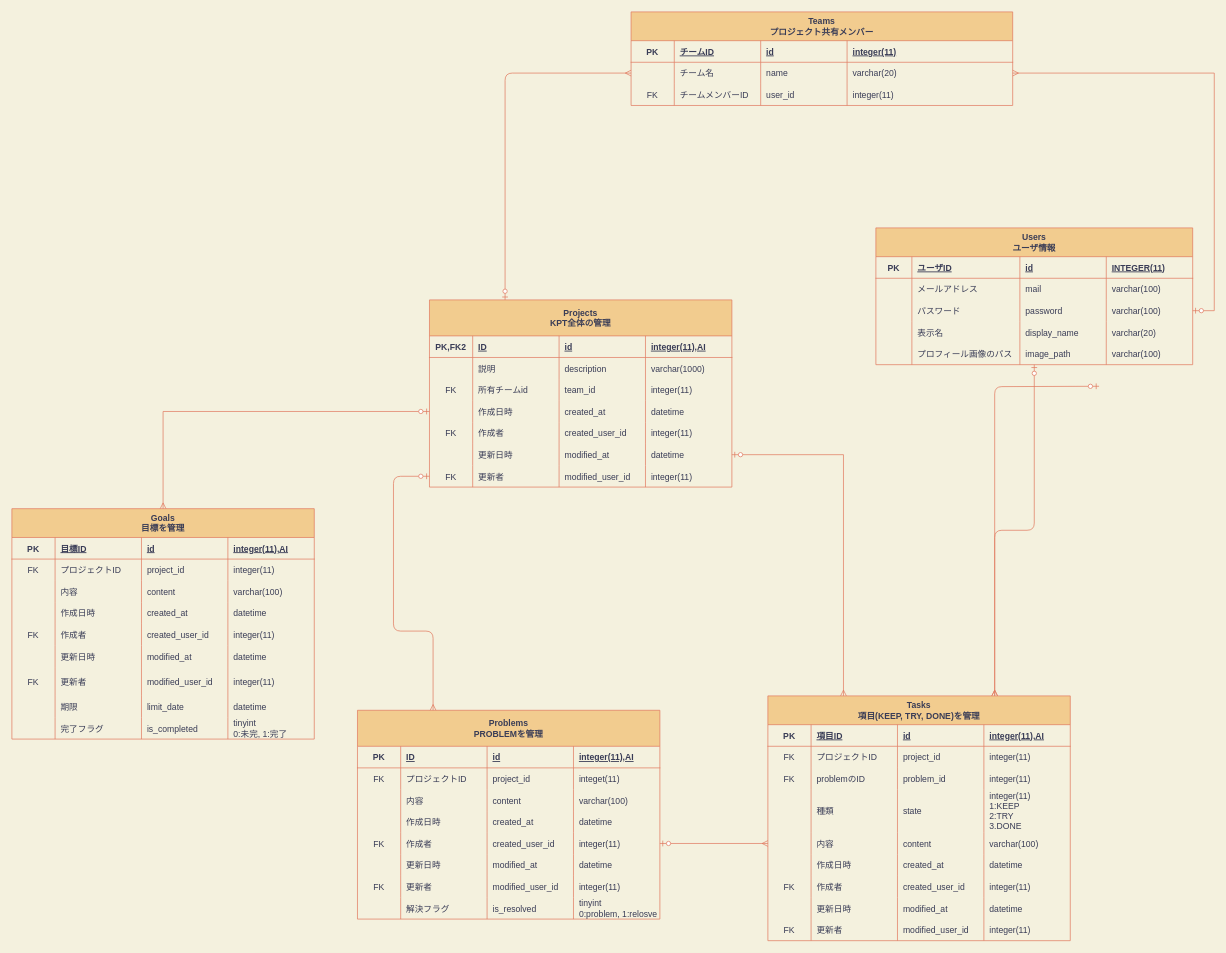
Before: database_er_diagram.drawio in nanas773/kpt-design, a draw.io diagram. Source tidied: cells renumbered, new cells numbered last; positions are measured from the earlier drawing's top-left corner, leaving out a move shared by most shapes. Both pictures are drawn from the tidied source at 72%, with x=0, y=0 at pixel (12, 12).
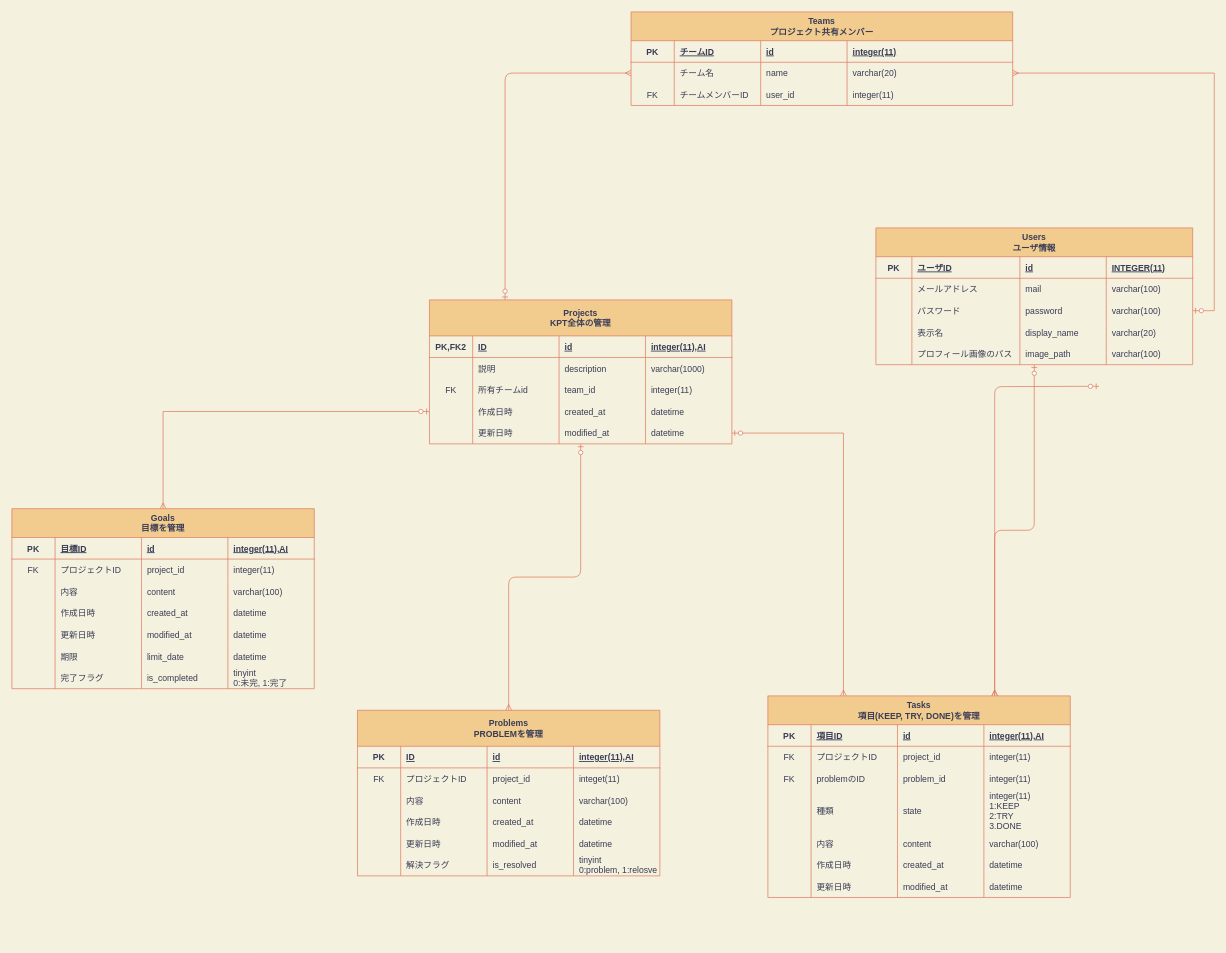
The same diagram, later.

Commit message:
Fix: 作成者と更新者カラムを削除

Unchanged cells that the change refers to:
```xml
<mxCell id="70" style="shape=partialRectangle;fillColor=none;top=0;left=0;bottom=0;right=0;points=[[0,0.5],[1,0.5]];portConstraint=eastwest;strokeColor=#E07A5F;fontColor=#393C56;" parent="49" vertex="1">
  <mxGeometry y="190" width="420" height="30" as="geometry" />
</mxCell>
```

Diff of the diagram source:
```diff
@@
     <mxCell id="49" value="Tasks&#10;項目(KEEP, TRY, DONE)を管理" style="shape=table;startSize=40;childLayout=tableLayout;rowLines=0;fontStyle=1;align=center;fillColor=#F2CC8F;strokeColor=#E07A5F;fontColor=#393C56;" parent="1" vertex="1">
-      <mxGeometry x="1050" y="950" width="420" height="340" as="geometry" />
+      <mxGeometry x="1050" y="950" width="420" height="280" as="geometry" />
     </mxCell>
@@
-    <mxCell id="80" style="shape=partialRectangle;fillColor=none;top=0;left=0;bottom=0;right=0;strokeColor=#E07A5F;fontColor=#393C56;" parent="49" vertex="1">
-      <mxGeometry y="250" width="420" height="30" as="geometry" />
-    </mxCell>
-    <mxCell id="81" value="FK" style="shape=partialRectangle;fillColor=none;top=0;left=0;bottom=0;right=0;overflow=hidden;strokeColor=#E07A5F;fontColor=#393C56;" parent="80" vertex="1">
-      <mxGeometry width="60" height="30" as="geometry" />
-    </mxCell>
-    <mxCell id="82" value="作成者" style="shape=partialRectangle;fillColor=none;top=0;left=0;bottom=0;right=0;align=left;spacingLeft=6;overflow=hidden;strokeColor=#E07A5F;fontColor=#393C56;" parent="80" vertex="1">
-      <mxGeometry x="60" width="120" height="30" as="geometry" />
-    </mxCell>
-    <mxCell id="83" value="created_user_id" style="shape=partialRectangle;fillColor=none;top=0;left=0;bottom=0;right=0;align=left;spacingLeft=6;overflow=hidden;strokeColor=#E07A5F;fontColor=#393C56;" parent="80" vertex="1">
-      <mxGeometry x="180" width="120" height="30" as="geometry" />
-    </mxCell>
-    <mxCell id="84" value="integer(11)" style="shape=partialRectangle;fillColor=none;top=0;left=0;bottom=0;right=0;align=left;spacingLeft=6;overflow=hidden;strokeColor=#E07A5F;fontColor=#393C56;" parent="80" vertex="1">
-      <mxGeometry x="300" width="120" height="30" as="geometry" />
-    </mxCell>
     <mxCell id="85" style="shape=partialRectangle;fillColor=none;top=0;left=0;bottom=0;right=0;strokeColor=#E07A5F;fontColor=#393C56;" parent="49" vertex="1">
-      <mxGeometry y="280" width="420" height="30" as="geometry" />
+      <mxGeometry y="250" width="420" height="30" as="geometry" />
     </mxCell>
@@
-    <mxCell id="90" style="shape=partialRectangle;fillColor=none;top=0;left=0;bottom=0;right=0;strokeColor=#E07A5F;fontColor=#393C56;" parent="49" vertex="1">
-      <mxGeometry y="310" width="420" height="30" as="geometry" />
-    </mxCell>
-    <mxCell id="91" value="FK" style="shape=partialRectangle;fillColor=none;top=0;left=0;bottom=0;right=0;overflow=hidden;strokeColor=#E07A5F;fontColor=#393C56;" parent="90" vertex="1">
-      <mxGeometry width="60" height="30" as="geometry" />
-    </mxCell>
-    <mxCell id="92" value="更新者" style="shape=partialRectangle;fillColor=none;top=0;left=0;bottom=0;right=0;align=left;spacingLeft=6;overflow=hidden;strokeColor=#E07A5F;fontColor=#393C56;" parent="90" vertex="1">
-      <mxGeometry x="60" width="120" height="30" as="geometry" />
-    </mxCell>
-    <mxCell id="93" value="modified_user_id" style="shape=partialRectangle;fillColor=none;top=0;left=0;bottom=0;right=0;align=left;spacingLeft=6;overflow=hidden;strokeColor=#E07A5F;fontColor=#393C56;" parent="90" vertex="1">
-      <mxGeometry x="180" width="120" height="30" as="geometry" />
-    </mxCell>
-    <mxCell id="94" value="integer(11)" style="shape=partialRectangle;fillColor=none;top=0;left=0;bottom=0;right=0;align=left;spacingLeft=6;overflow=hidden;strokeColor=#E07A5F;fontColor=#393C56;" parent="90" vertex="1">
-      <mxGeometry x="300" width="120" height="30" as="geometry" />
-    </mxCell>
     <mxCell id="95" value="Problems&#10;PROBLEMを管理" style="shape=table;startSize=50;childLayout=tableLayout;rowLines=0;fontStyle=1;align=center;fillColor=#F2CC8F;strokeColor=#E07A5F;fontColor=#393C56;" parent="1" vertex="1">
-      <mxGeometry x="480" y="970" width="420" height="290" as="geometry" />
+      <mxGeometry x="480" y="970" width="420" height="230" as="geometry" />
     </mxCell>
@@
-    <mxCell id="116" style="shape=partialRectangle;fillColor=none;top=0;left=0;bottom=0;right=0;points=[[0,0.5],[1,0.5]];portConstraint=eastwest;strokeColor=#E07A5F;fontColor=#393C56;" parent="95" vertex="1">
-      <mxGeometry y="170" width="420" height="30" as="geometry" />
-    </mxCell>
-    <mxCell id="117" value="FK" style="shape=partialRectangle;fillColor=none;top=0;left=0;bottom=0;right=0;overflow=hidden;strokeColor=#E07A5F;fontColor=#393C56;" parent="116" vertex="1">
-      <mxGeometry width="60" height="30" as="geometry" />
-    </mxCell>
-    <mxCell id="118" value="作成者" style="shape=partialRectangle;fillColor=none;top=0;left=0;bottom=0;right=0;align=left;spacingLeft=6;overflow=hidden;strokeColor=#E07A5F;fontColor=#393C56;" parent="116" vertex="1">
-      <mxGeometry x="60" width="120" height="30" as="geometry" />
-    </mxCell>
-    <mxCell id="119" value="created_user_id" style="shape=partialRectangle;fillColor=none;top=0;left=0;bottom=0;right=0;align=left;spacingLeft=6;overflow=hidden;strokeColor=#E07A5F;fontColor=#393C56;" parent="116" vertex="1">
-      <mxGeometry x="180" width="120" height="30" as="geometry" />
-    </mxCell>
-    <mxCell id="120" value="integer(11)" style="shape=partialRectangle;fillColor=none;top=0;left=0;bottom=0;right=0;align=left;spacingLeft=6;overflow=hidden;strokeColor=#E07A5F;fontColor=#393C56;" parent="116" vertex="1">
-      <mxGeometry x="300" width="120" height="30" as="geometry" />
-    </mxCell>
     <mxCell id="121" style="shape=partialRectangle;fillColor=none;top=0;left=0;bottom=0;right=0;strokeColor=#E07A5F;fontColor=#393C56;" parent="95" vertex="1">
-      <mxGeometry y="200" width="420" height="30" as="geometry" />
+      <mxGeometry y="170" width="420" height="30" as="geometry" />
     </mxCell>
@@
-    <mxCell id="126" style="shape=partialRectangle;fillColor=none;top=0;left=0;bottom=0;right=0;strokeColor=#E07A5F;fontColor=#393C56;" parent="95" vertex="1">
-      <mxGeometry y="230" width="420" height="30" as="geometry" />
-    </mxCell>
-    <mxCell id="127" value="FK" style="shape=partialRectangle;fillColor=none;top=0;left=0;bottom=0;right=0;overflow=hidden;strokeColor=#E07A5F;fontColor=#393C56;" parent="126" vertex="1">
-      <mxGeometry width="60" height="30" as="geometry" />
-    </mxCell>
-    <mxCell id="128" value="更新者" style="shape=partialRectangle;fillColor=none;top=0;left=0;bottom=0;right=0;align=left;spacingLeft=6;overflow=hidden;strokeColor=#E07A5F;fontColor=#393C56;" parent="126" vertex="1">
-      <mxGeometry x="60" width="120" height="30" as="geometry" />
-    </mxCell>
-    <mxCell id="129" value="modified_user_id" style="shape=partialRectangle;fillColor=none;top=0;left=0;bottom=0;right=0;align=left;spacingLeft=6;overflow=hidden;strokeColor=#E07A5F;fontColor=#393C56;" parent="126" vertex="1">
-      <mxGeometry x="180" width="120" height="30" as="geometry" />
-    </mxCell>
-    <mxCell id="130" value="integer(11)" style="shape=partialRectangle;fillColor=none;top=0;left=0;bottom=0;right=0;align=left;spacingLeft=6;overflow=hidden;strokeColor=#E07A5F;fontColor=#393C56;" parent="126" vertex="1">
-      <mxGeometry x="300" width="120" height="30" as="geometry" />
-    </mxCell>
     <mxCell id="131" style="shape=partialRectangle;fillColor=none;top=0;left=0;bottom=0;right=0;strokeColor=#E07A5F;fontColor=#393C56;" parent="95" vertex="1">
-      <mxGeometry y="260" width="420" height="30" as="geometry" />
+      <mxGeometry y="200" width="420" height="30" as="geometry" />
     </mxCell>
@@
+    <mxCell id="226" style="edgeStyle=orthogonalEdgeStyle;curved=0;rounded=1;sketch=0;jettySize=auto;html=1;entryX=0.5;entryY=0;entryDx=0;entryDy=0;startArrow=ERzeroToOne;startFill=1;endArrow=ERmany;endFill=0;strokeColor=#E07A5F;fillColor=#F2CC8F;fontColor=#393C56;" parent="1" edge="1" source="136" target="95">
+      <mxGeometry relative="1" as="geometry" />
+    </mxCell>
     <mxCell id="136" value="Projects&#10;KPT全体の管理" style="shape=table;startSize=50;childLayout=tableLayout;rowLines=0;fontStyle=1;align=center;fillColor=#F2CC8F;strokeColor=#E07A5F;fontColor=#393C56;" parent="1" vertex="1">
-      <mxGeometry x="580" y="400" width="420" height="260" as="geometry" />
+      <mxGeometry x="580" y="400" width="420" height="200" as="geometry" />
     </mxCell>
@@
-    <mxCell id="157" style="shape=partialRectangle;fillColor=none;top=0;left=0;bottom=0;right=0;strokeColor=#E07A5F;fontColor=#393C56;" parent="136" vertex="1">
-      <mxGeometry y="170" width="420" height="30" as="geometry" />
-    </mxCell>
-    <mxCell id="158" value="FK" style="shape=partialRectangle;fillColor=none;top=0;left=0;bottom=0;right=0;overflow=hidden;strokeColor=#E07A5F;fontColor=#393C56;" parent="157" vertex="1">
-      <mxGeometry width="60" height="30" as="geometry" />
-    </mxCell>
-    <mxCell id="159" value="作成者" style="shape=partialRectangle;fillColor=none;top=0;left=0;bottom=0;right=0;align=left;spacingLeft=6;overflow=hidden;strokeColor=#E07A5F;fontColor=#393C56;" parent="157" vertex="1">
-      <mxGeometry x="60" width="120" height="30" as="geometry" />
-    </mxCell>
-    <mxCell id="160" value="created_user_id" style="shape=partialRectangle;fillColor=none;top=0;left=0;bottom=0;right=0;align=left;spacingLeft=6;overflow=hidden;strokeColor=#E07A5F;fontColor=#393C56;" parent="157" vertex="1">
-      <mxGeometry x="180" width="120" height="30" as="geometry" />
-    </mxCell>
-    <mxCell id="161" value="integer(11)" style="shape=partialRectangle;fillColor=none;top=0;left=0;bottom=0;right=0;align=left;spacingLeft=6;overflow=hidden;strokeColor=#E07A5F;fontColor=#393C56;" parent="157" vertex="1">
-      <mxGeometry x="300" width="120" height="30" as="geometry" />
-    </mxCell>
     <mxCell id="162" style="shape=partialRectangle;fillColor=none;top=0;left=0;bottom=0;right=0;points=[[0,0.5],[1,0.5]];portConstraint=eastwest;strokeColor=#E07A5F;fontColor=#393C56;" parent="136" vertex="1">
-      <mxGeometry y="200" width="420" height="30" as="geometry" />
+      <mxGeometry y="170" width="420" height="30" as="geometry" />
     </mxCell>
@@
-    <mxCell id="167" style="shape=partialRectangle;fillColor=none;top=0;left=0;bottom=0;right=0;points=[[0,0.5],[1,0.5]];portConstraint=eastwest;strokeColor=#E07A5F;fontColor=#393C56;" parent="136" vertex="1">
-      <mxGeometry y="230" width="420" height="30" as="geometry" />
-    </mxCell>
-    <mxCell id="168" value="FK" style="shape=partialRectangle;fillColor=none;top=0;left=0;bottom=0;right=0;overflow=hidden;strokeColor=#E07A5F;fontColor=#393C56;" parent="167" vertex="1">
-      <mxGeometry width="60" height="30" as="geometry" />
-    </mxCell>
-    <mxCell id="169" value="更新者" style="shape=partialRectangle;fillColor=none;top=0;left=0;bottom=0;right=0;align=left;spacingLeft=6;overflow=hidden;strokeColor=#E07A5F;fontColor=#393C56;" parent="167" vertex="1">
-      <mxGeometry x="60" width="120" height="30" as="geometry" />
-    </mxCell>
-    <mxCell id="170" value="modified_user_id" style="shape=partialRectangle;fillColor=none;top=0;left=0;bottom=0;right=0;align=left;spacingLeft=6;overflow=hidden;strokeColor=#E07A5F;fontColor=#393C56;" parent="167" vertex="1">
-      <mxGeometry x="180" width="120" height="30" as="geometry" />
-    </mxCell>
-    <mxCell id="171" value="integer(11)" style="shape=partialRectangle;fillColor=none;top=0;left=0;bottom=0;right=0;align=left;spacingLeft=6;overflow=hidden;strokeColor=#E07A5F;fontColor=#393C56;" parent="167" vertex="1">
-      <mxGeometry x="300" width="120" height="30" as="geometry" />
-    </mxCell>
-    <mxCell id="172" style="edgeStyle=orthogonalEdgeStyle;curved=0;rounded=1;sketch=0;jettySize=auto;html=1;exitX=0;exitY=0.5;exitDx=0;exitDy=0;entryX=0.25;entryY=0;entryDx=0;entryDy=0;startArrow=ERzeroToOne;startFill=1;endArrow=ERmany;endFill=0;strokeColor=#E07A5F;fillColor=#F2CC8F;fontColor=#393C56;labelBackgroundColor=#F4F1DE;" parent="1" edge="1" source="167" target="95">
+    <mxCell id="172" style="edgeStyle=orthogonalEdgeStyle;curved=0;rounded=1;sketch=0;jettySize=auto;html=1;exitX=0;exitY=0.5;exitDx=0;exitDy=0;entryX=0.25;entryY=0;entryDx=0;entryDy=0;startArrow=ERzeroToOne;startFill=1;endArrow=ERmany;endFill=0;strokeColor=#E07A5F;fillColor=#F2CC8F;fontColor=#393C56;labelBackgroundColor=#F4F1DE;" parent="1" edge="1" target="95">
       <mxGeometry relative="1" as="geometry">
         <Array as="points">
           <mxPoint x="530" y="645" />
           <mxPoint x="530" y="860" />
           <mxPoint x="585" y="860" />
         </Array>
       </mxGeometry>
     </mxCell>
@@
     <mxCell id="174" value="Goals&#10;目標を管理" style="shape=table;startSize=40;childLayout=tableLayout;rowLines=0;fontStyle=1;align=center;fillColor=#F2CC8F;strokeColor=#E07A5F;fontColor=#393C56;" parent="1" vertex="1">
-      <mxGeometry y="690" width="420" height="320" as="geometry" />
+      <mxGeometry y="690" width="420" height="250" as="geometry" />
     </mxCell>
@@
-    <mxCell id="195" style="shape=partialRectangle;fillColor=none;top=0;left=0;bottom=0;right=0;strokeColor=#E07A5F;fontColor=#393C56;" parent="174" vertex="1">
-      <mxGeometry y="160" width="420" height="30" as="geometry" />
-    </mxCell>
-    <mxCell id="196" value="FK" style="shape=partialRectangle;fillColor=none;top=0;left=0;bottom=0;right=0;overflow=hidden;strokeColor=#E07A5F;fontColor=#393C56;" parent="195" vertex="1">
-      <mxGeometry width="60" height="30" as="geometry" />
-    </mxCell>
-    <mxCell id="197" value="作成者" style="shape=partialRectangle;fillColor=none;top=0;left=0;bottom=0;right=0;align=left;spacingLeft=6;overflow=hidden;strokeColor=#E07A5F;fontColor=#393C56;" parent="195" vertex="1">
-      <mxGeometry x="60" width="120" height="30" as="geometry" />
-    </mxCell>
-    <mxCell id="198" value="created_user_id" style="shape=partialRectangle;fillColor=none;top=0;left=0;bottom=0;right=0;align=left;spacingLeft=6;overflow=hidden;strokeColor=#E07A5F;fontColor=#393C56;" parent="195" vertex="1">
-      <mxGeometry x="180" width="120" height="30" as="geometry" />
-    </mxCell>
-    <mxCell id="199" value="integer(11)" style="shape=partialRectangle;fillColor=none;top=0;left=0;bottom=0;right=0;align=left;spacingLeft=6;overflow=hidden;strokeColor=#E07A5F;fontColor=#393C56;" parent="195" vertex="1">
-      <mxGeometry x="300" width="120" height="30" as="geometry" />
-    </mxCell>
     <mxCell id="200" style="shape=partialRectangle;fillColor=none;top=0;left=0;bottom=0;right=0;strokeColor=#E07A5F;fontColor=#393C56;" parent="174" vertex="1">
-      <mxGeometry y="190" width="420" height="30" as="geometry" />
+      <mxGeometry y="160" width="420" height="30" as="geometry" />
     </mxCell>
@@
-    <mxCell id="205" style="shape=partialRectangle;fillColor=none;top=0;left=0;bottom=0;right=0;strokeColor=#E07A5F;fontColor=#393C56;" parent="174" vertex="1">
-      <mxGeometry y="220" width="420" height="40" as="geometry" />
-    </mxCell>
-    <mxCell id="206" value="FK" style="shape=partialRectangle;fillColor=none;top=0;left=0;bottom=0;right=0;overflow=hidden;strokeColor=#E07A5F;fontColor=#393C56;" parent="205" vertex="1">
-      <mxGeometry width="60" height="40" as="geometry" />
-    </mxCell>
-    <mxCell id="207" value="更新者" style="shape=partialRectangle;fillColor=none;top=0;left=0;bottom=0;right=0;align=left;spacingLeft=6;overflow=hidden;strokeColor=#E07A5F;fontColor=#393C56;" parent="205" vertex="1">
-      <mxGeometry x="60" width="120" height="40" as="geometry" />
-    </mxCell>
-    <mxCell id="208" value="modified_user_id" style="shape=partialRectangle;fillColor=none;top=0;left=0;bottom=0;right=0;align=left;spacingLeft=6;overflow=hidden;strokeColor=#E07A5F;fontColor=#393C56;" parent="205" vertex="1">
-      <mxGeometry x="180" width="120" height="40" as="geometry" />
-    </mxCell>
-    <mxCell id="209" value="integer(11)" style="shape=partialRectangle;fillColor=none;top=0;left=0;bottom=0;right=0;align=left;spacingLeft=6;overflow=hidden;strokeColor=#E07A5F;fontColor=#393C56;" parent="205" vertex="1">
-      <mxGeometry x="300" width="120" height="40" as="geometry" />
-    </mxCell>
     <mxCell id="210" style="shape=partialRectangle;fillColor=none;top=0;left=0;bottom=0;right=0;strokeColor=#E07A5F;fontColor=#393C56;" parent="174" vertex="1">
-      <mxGeometry y="260" width="420" height="30" as="geometry" />
+      <mxGeometry y="190" width="420" height="30" as="geometry" />
     </mxCell>
@@
     <mxCell id="215" style="shape=partialRectangle;fillColor=none;top=0;left=0;bottom=0;right=0;strokeColor=#E07A5F;fontColor=#393C56;" parent="174" vertex="1">
-      <mxGeometry y="290" width="420" height="30" as="geometry" />
+      <mxGeometry y="220" width="420" height="30" as="geometry" />
     </mxCell>
@@
-    <mxCell id="222" style="edgeStyle=orthogonalEdgeStyle;curved=0;rounded=1;sketch=0;jettySize=auto;html=1;exitX=1;exitY=0.5;exitDx=0;exitDy=0;entryX=0;entryY=0.5;entryDx=0;entryDy=0;startArrow=ERzeroToOne;startFill=1;endArrow=ERmany;endFill=0;strokeColor=#E07A5F;fillColor=#F2CC8F;fontColor=#393C56;labelBackgroundColor=#F4F1DE;" parent="1" edge="1" source="116" target="70">
+    <mxCell id="222" style="edgeStyle=orthogonalEdgeStyle;curved=0;rounded=1;sketch=0;jettySize=auto;html=1;exitX=1;exitY=0.5;exitDx=0;exitDy=0;entryX=0;entryY=0.5;entryDx=0;entryDy=0;startArrow=ERzeroToOne;startFill=1;endArrow=ERmany;endFill=0;strokeColor=#E07A5F;fillColor=#F2CC8F;fontColor=#393C56;labelBackgroundColor=#F4F1DE;" parent="1" edge="1" target="70">
       <mxGeometry relative="1" as="geometry" />
     </mxCell>
```
